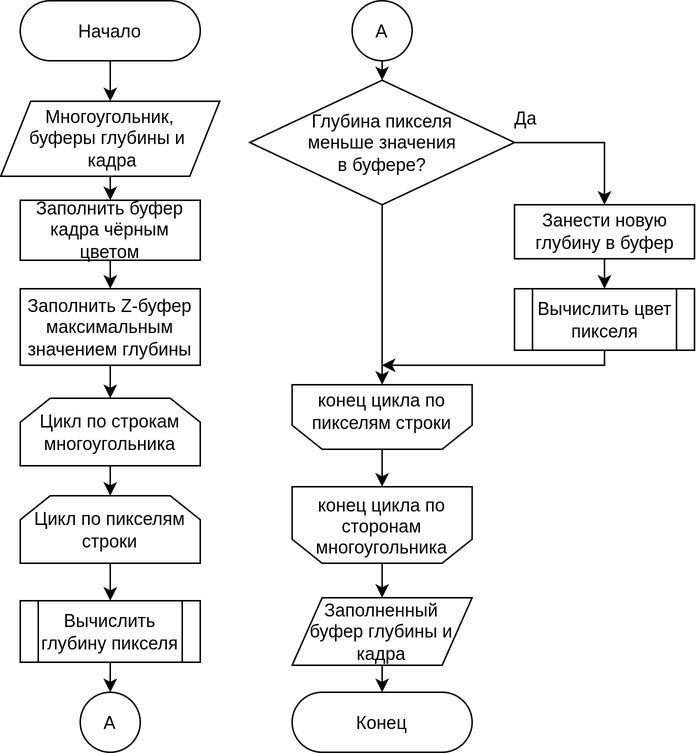
Danilado/IU7-CG-CW keeps this draw.io diagram as docs/img/zbuf.drawio.png. Above is the earlier version. Source tidied: cells renumbered, new cells last; positions are measured from the earlier drawing's top-left corner, leaving out a move shared by most shapes.
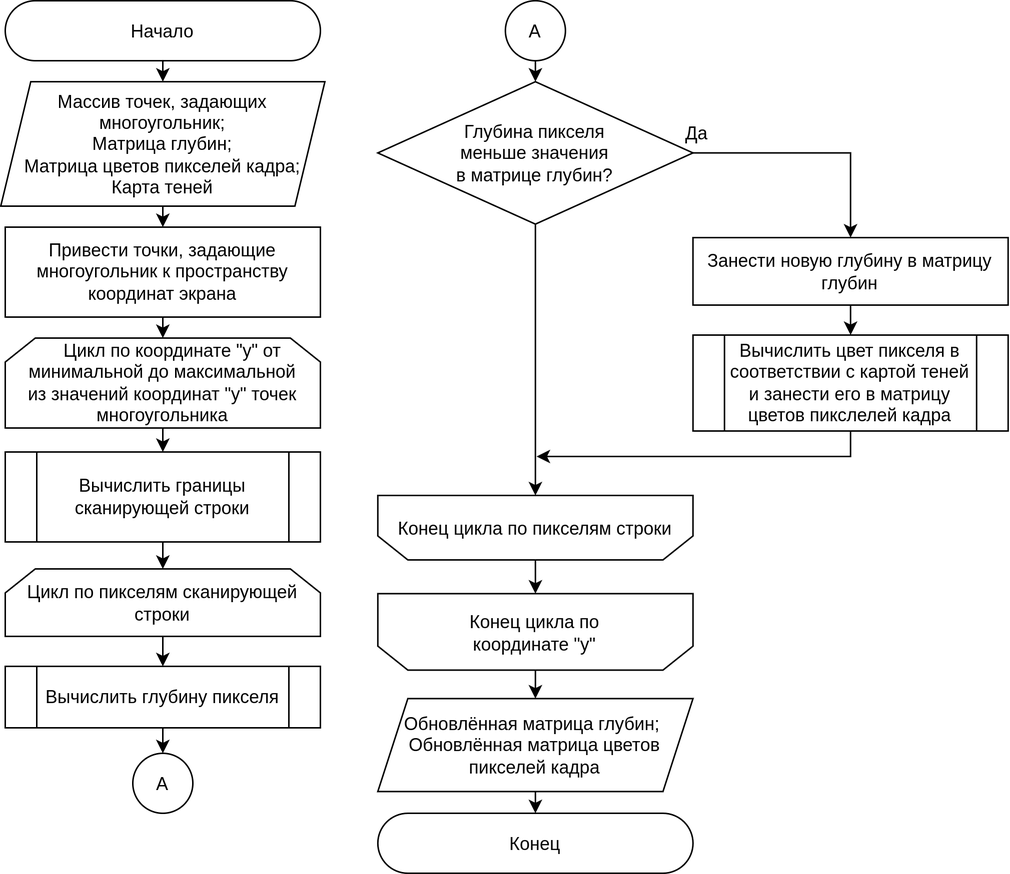
Later version of the same file.

Diff of the diagram source:
```diff
@@ -3,74 +3,53 @@
     <mxCell id="0" />
     <mxCell id="1" parent="0" />
     <mxCell id="2" value="Начало" style="rounded=1;arcSize=50;" parent="1" vertex="1">
-      <mxGeometry x="13" width="120" height="40" as="geometry" />
+      <mxGeometry x="-32" y="-25" width="210" height="40" as="geometry" />
     </mxCell>
-    <mxCell id="3" value="Заполнить буфер кадра чёрным цветом" style="rounded=0;whiteSpace=wrap;" parent="1" vertex="1">
-      <mxGeometry x="13" y="133" width="120" height="40" as="geometry" />
-    </mxCell>
-    <mxCell id="4" value="Заполнить Z-буфер максимальным значением глубины" style="rounded=0;whiteSpace=wrap;" parent="1" vertex="1">
-      <mxGeometry x="13" y="192" width="120" height="51" as="geometry" />
-    </mxCell>
-    <mxCell id="5" value="Цикл по строкам многоугольника" style="shape=loopLimit;whiteSpace=wrap;" parent="1" vertex="1">
-      <mxGeometry x="13" y="265" width="120" height="45" as="geometry" />
+    <mxCell id="5" value="    Цикл по координате &quot;y&quot; от минимальной до максимальной&#10;из значений координат &quot;y&quot; точек многоугольника" style="shape=loopLimit;whiteSpace=wrap;flipV=0;" parent="1" vertex="1">
+      <mxGeometry x="-32" y="200" width="210" height="60" as="geometry" />
     </mxCell>
-    <mxCell id="6" value="Цикл по пикселям строки" style="shape=loopLimit;whiteSpace=wrap;" parent="1" vertex="1">
-      <mxGeometry x="13" y="330" width="120" height="45" as="geometry" />
+    <mxCell id="6" value="Цикл по пикселям сканирующей строки" style="shape=loopLimit;whiteSpace=wrap;flipV=0;" parent="1" vertex="1">
+      <mxGeometry x="-32" y="354" width="210" height="45" as="geometry" />
     </mxCell>
-    <mxCell id="7" value="Вычислить глубину пикселя" style="shape=process;backgroundOutline=1;whiteSpace=wrap;" parent="1" vertex="1">
-      <mxGeometry x="13" y="400" width="120" height="41" as="geometry" />
+    <mxCell id="7" value="Вычислить глубину пикселя" style="shape=process;backgroundOutline=1;whiteSpace=wrap;flipV=0;" parent="1" vertex="1">
+      <mxGeometry x="-32" y="419" width="210" height="41" as="geometry" />
     </mxCell>
     <mxCell id="8" value="А" style="ellipse;" parent="1" vertex="1">
-      <mxGeometry x="53" y="461" width="40" height="40" as="geometry" />
+      <mxGeometry x="53" y="477" width="40" height="40" as="geometry" />
     </mxCell>
     <mxCell id="9" value="А" style="ellipse;" parent="1" vertex="1">
-      <mxGeometry x="234.2" width="40" height="40" as="geometry" />
+      <mxGeometry x="301.3" y="-25" width="40" height="40" as="geometry" />
     </mxCell>
     <mxCell id="10" style="shape=loopLimit;verticalAlign=middle;rounded=0;rotation=-180;horizontal=1;" parent="1" vertex="1">
-      <mxGeometry x="194.2" y="324" width="120" height="51" as="geometry" />
+      <mxGeometry x="216.3" y="370.5" width="210" height="51" as="geometry" />
     </mxCell>
-    <mxCell id="11" value="конец цикла по" style="text;strokeColor=none;fillColor=none;align=center;verticalAlign=middle;rounded=0;" parent="1" vertex="1">
-      <mxGeometry x="206.2" y="321" width="96" height="30" as="geometry" />
+    <mxCell id="11" value="Конец цикла по координате &quot;y&quot;" style="text;strokeColor=none;fillColor=none;align=center;verticalAlign=middle;rounded=0;whiteSpace=wrap;" parent="1" vertex="1">
+      <mxGeometry x="244.4" y="381.5" width="153.8" height="30" as="geometry" />
     </mxCell>
-    <mxCell id="12" value="сторонам &#10;многоугольника" style="text;strokeColor=none;fillColor=none;align=center;verticalAlign=middle;rounded=0;" parent="1" vertex="1">
-      <mxGeometry x="206.2" y="342" width="96" height="30" as="geometry" />
-    </mxCell>
     <mxCell id="13" style="shape=loopLimit;verticalAlign=middle;rounded=0;rotation=-180;horizontal=1;" parent="1" vertex="1">
-      <mxGeometry x="194.2" y="256" width="120" height="43" as="geometry" />
+      <mxGeometry x="216.3" y="305" width="210" height="43" as="geometry" />
     </mxCell>
-    <mxCell id="14" value="конец цикла по" style="text;strokeColor=none;fillColor=none;align=center;verticalAlign=middle;rounded=0;" parent="1" vertex="1">
-      <mxGeometry x="206.2" y="251" width="96" height="30" as="geometry" />
-    </mxCell>
-    <mxCell id="15" value="пикселям строки" style="text;strokeColor=none;fillColor=none;align=center;verticalAlign=middle;rounded=0;" parent="1" vertex="1">
-      <mxGeometry x="206.2" y="266" width="96" height="30" as="geometry" />
+    <mxCell id="15" value="Конец цикла по пикселям строки" style="text;strokeColor=none;fillColor=none;align=center;verticalAlign=middle;rounded=0;" parent="1" vertex="1">
+      <mxGeometry x="273.3" y="311.5" width="96" height="30" as="geometry" />
     </mxCell>
-    <mxCell id="16" value="Глубина пикселя &#10;меньше значения &#10;в буфере?" style="rhombus;whiteSpace=wrap;" parent="1" vertex="1">
-      <mxGeometry x="166" y="53" width="176.5" height="83" as="geometry" />
+    <mxCell id="16" value="Глубина пикселя &#10;меньше значения &#10;в матрице глубин?" style="rhombus;whiteSpace=wrap;" parent="1" vertex="1">
+      <mxGeometry x="216.3" y="29" width="210" height="95" as="geometry" />
     </mxCell>
     <mxCell id="17" value="Да" style="text;strokeColor=none;fillColor=none;align=center;verticalAlign=middle;rounded=0;" parent="1" vertex="1">
-      <mxGeometry x="320.2" y="63" width="60" height="30" as="geometry" />
+      <mxGeometry x="399" y="48" width="60" height="30" as="geometry" />
     </mxCell>
-    <mxCell id="18" value="Занести новую глубину в буфер" style="rounded=0;whiteSpace=wrap;" parent="1" vertex="1">
-      <mxGeometry x="342.5" y="136" width="120" height="36" as="geometry" />
+    <mxCell id="18" value="Занести новую глубину в матрицу глубин" style="rounded=0;whiteSpace=wrap;" parent="1" vertex="1">
+      <mxGeometry x="426.2" y="133" width="210" height="45" as="geometry" />
     </mxCell>
-    <mxCell id="19" value="Вычислить цвет пикселя" style="shape=process;backgroundOutline=1;whiteSpace=wrap;" parent="1" vertex="1">
-      <mxGeometry x="342.5" y="192" width="120" height="41" as="geometry" />
+    <mxCell id="19" value="Вычислить цвет пикселя в соответствии с картой теней и занести его в матрицу цветов пикслелей кадра" style="shape=process;backgroundOutline=1;whiteSpace=wrap;" parent="1" vertex="1">
+      <mxGeometry x="426.3" y="198" width="210" height="64" as="geometry" />
     </mxCell>
     <mxCell id="20" value="Конец" style="rounded=1;arcSize=50;" parent="1" vertex="1">
-      <mxGeometry x="194.2" y="461" width="120" height="40" as="geometry" />
+      <mxGeometry x="216.3" y="517" width="210" height="40" as="geometry" />
     </mxCell>
     <mxCell id="21" style="endArrow=classic;exitX=0.5;exitY=1;exitDx=0;exitDy=0;entryX=0.5;entryY=0;entryDx=0;entryDy=0;" parent="1" edge="1" source="2" target="34">
       <mxGeometry relative="1" as="geometry" />
     </mxCell>
-    <mxCell id="22" style="endArrow=classic;entryX=0.5;entryY=0;entryDx=0;entryDy=0;exitX=0.5;exitY=1;exitDx=0;exitDy=0;" parent="1" edge="1" source="3" target="4">
-      <mxGeometry relative="1" as="geometry" />
-    </mxCell>
-    <mxCell id="23" style="endArrow=classic;exitX=0.5;exitY=1;exitDx=0;exitDy=0;entryX=0.5;entryY=0;entryDx=0;entryDy=0;" parent="1" edge="1" source="4" target="5">
-      <mxGeometry relative="1" as="geometry" />
-    </mxCell>
-    <mxCell id="24" style="endArrow=classic;exitX=0.5;exitY=1;exitDx=0;exitDy=0;entryX=0.5;entryY=0;entryDx=0;entryDy=0;" parent="1" edge="1" source="5" target="6">
-      <mxGeometry relative="1" as="geometry" />
-    </mxCell>
     <mxCell id="25" style="endArrow=classic;exitX=0.5;exitY=1;exitDx=0;exitDy=0;entryX=0.5;entryY=0;entryDx=0;entryDy=0;" parent="1" edge="1" source="6" target="7">
       <mxGeometry relative="1" as="geometry" />
     </mxCell>
@@ -97,24 +76,38 @@
     </mxCell>
     <mxCell id="33" style="endArrow=classic;rounded=0;exitX=0.5;exitY=1;exitDx=0;exitDy=0;edgeStyle=orthogonalEdgeStyle;" parent="1" edge="1" source="19">
       <mxGeometry relative="1" as="geometry">
-        <mxPoint x="254" y="243" as="targetPoint" />
+        <mxPoint x="322" y="279" as="targetPoint" />
         <Array as="points">
-          <mxPoint x="403" y="243" />
-          <mxPoint x="254" y="243" />
+          <mxPoint x="531" y="279" />
         </Array>
       </mxGeometry>
     </mxCell>
-    <mxCell id="34" value="Многоугольник,&#10;буферы глубины и   кадра" style="shape=parallelogram;perimeter=parallelogramPerimeter;fixedSize=1;whiteSpace=wrap;" parent="1" vertex="1">
-      <mxGeometry y="67" width="146" height="50" as="geometry" />
+    <mxCell id="34" value="Массив точек, задающих многоугольник;&#10;Матрица глубин;&#10;Матрица цветов пикселей кадра;&#10;Карта теней" style="shape=parallelogram;perimeter=parallelogramPerimeter;fixedSize=1;whiteSpace=wrap;flipV=0;" parent="1" vertex="1">
+      <mxGeometry x="-35" y="29" width="216" height="83" as="geometry" />
     </mxCell>
-    <mxCell id="35" value="Заполненный&#10;буфер глубины и кадра" style="shape=parallelogram;perimeter=parallelogramPerimeter;fixedSize=1;whiteSpace=wrap;" parent="1" vertex="1">
-      <mxGeometry x="194.2" y="398" width="120" height="45" as="geometry" />
+    <mxCell id="35" value="Обновлённая матрица глубин; &#10;Обновлённая матрица цветов пикселей кадра" style="shape=parallelogram;perimeter=parallelogramPerimeter;fixedSize=1;whiteSpace=wrap;" parent="1" vertex="1">
+      <mxGeometry x="216.3" y="440.5" width="210" height="62" as="geometry" />
     </mxCell>
     <mxCell id="36" style="endArrow=classic;exitX=0.5;exitY=1;exitDx=0;exitDy=0;entryX=0.5;entryY=0;entryDx=0;entryDy=0;" parent="1" edge="1" source="35" target="20">
       <mxGeometry relative="1" as="geometry" />
     </mxCell>
-    <mxCell id="37" style="endArrow=classic;exitX=0.5;exitY=1;exitDx=0;exitDy=0;entryX=0.5;entryY=0;entryDx=0;entryDy=0;" parent="1" edge="1" source="34" target="3">
+    <mxCell id="37" style="endArrow=classic;exitX=0.5;exitY=1;exitDx=0;exitDy=0;entryX=0.5;entryY=0;entryDx=0;entryDy=0;" parent="1" edge="1" source="34" target="42">
       <mxGeometry relative="1" as="geometry" />
     </mxCell>
+    <mxCell id="38" value="Вычислить границы сканирующей строки" style="shape=process;backgroundOutline=1;whiteSpace=wrap;flipV=0;" parent="1" vertex="1">
+      <mxGeometry x="-32" y="276" width="210" height="60" as="geometry" />
+    </mxCell>
+    <mxCell id="39" style="endArrow=classic;exitX=0.5;exitY=1;exitDx=0;exitDy=0;entryX=0.5;entryY=0;entryDx=0;entryDy=0;" parent="1" edge="1" source="5" target="38">
+      <mxGeometry relative="1" as="geometry" />
+    </mxCell>
+    <mxCell id="40" style="endArrow=classic;exitX=0.5;exitY=1;exitDx=0;exitDy=0;entryX=0.5;entryY=0;entryDx=0;entryDy=0;" parent="1" edge="1" source="38" target="6">
+      <mxGeometry relative="1" as="geometry" />
+    </mxCell>
+    <mxCell id="41" style="edgeStyle=none;exitX=0.5;exitY=1;exitDx=0;exitDy=0;entryX=0.5;entryY=0;entryDx=0;entryDy=0;" parent="1" edge="1" source="42" target="5">
+      <mxGeometry relative="1" as="geometry" />
+    </mxCell>
+    <mxCell id="42" value="Привести точки, задающие многоугольник к пространству координат экрана" style="rounded=0;whiteSpace=wrap;" parent="1" vertex="1">
+      <mxGeometry x="-32" y="126" width="210" height="60" as="geometry" />
+    </mxCell>
   </root>
 </mxGraphModel>
```
